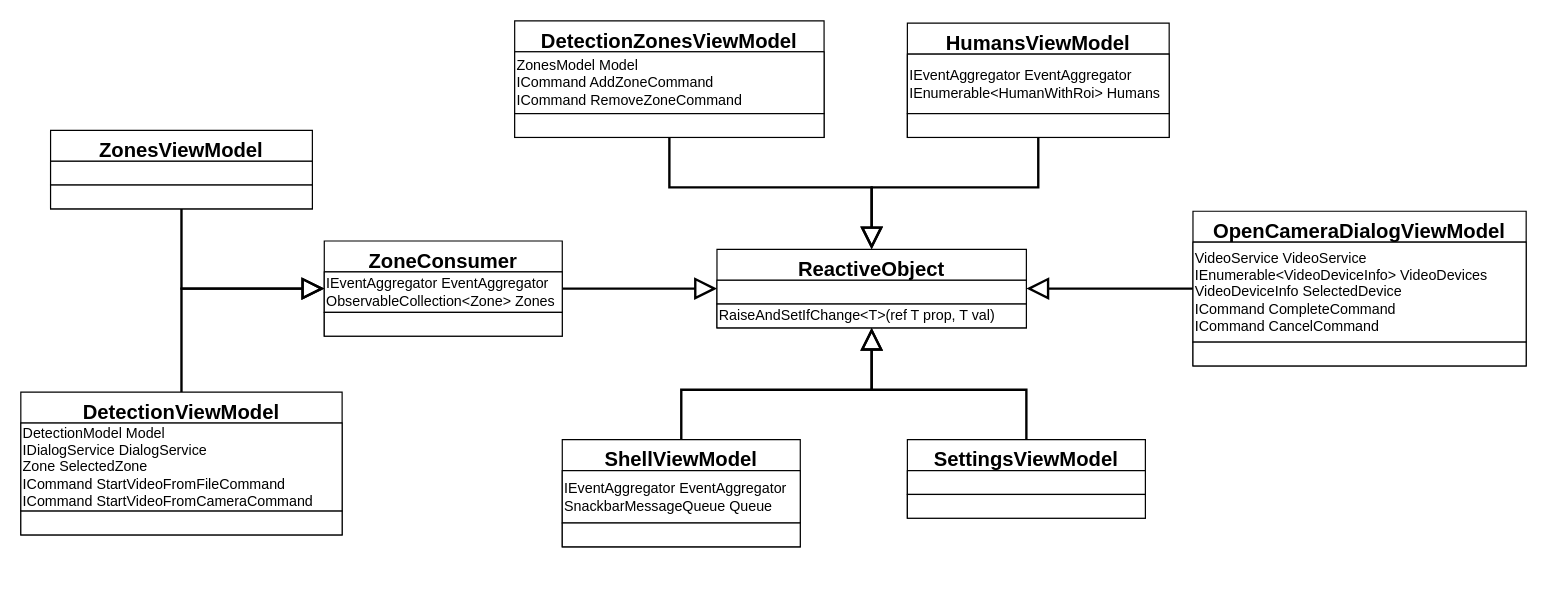
Before: page "ViewModels" (2 of 11) of Engineering/Packets-detailed.drawio in GoldGreen/Skeletonization, a draw.io diagram. Source tidied: cells renumbered, new cells numbered last; positions are measured from the earlier drawing's top-left corner, leaving out a move shared by most shapes. Both pictures are drawn from the tidied source at 119%, with x=0, y=0 at pixel (20, 20).
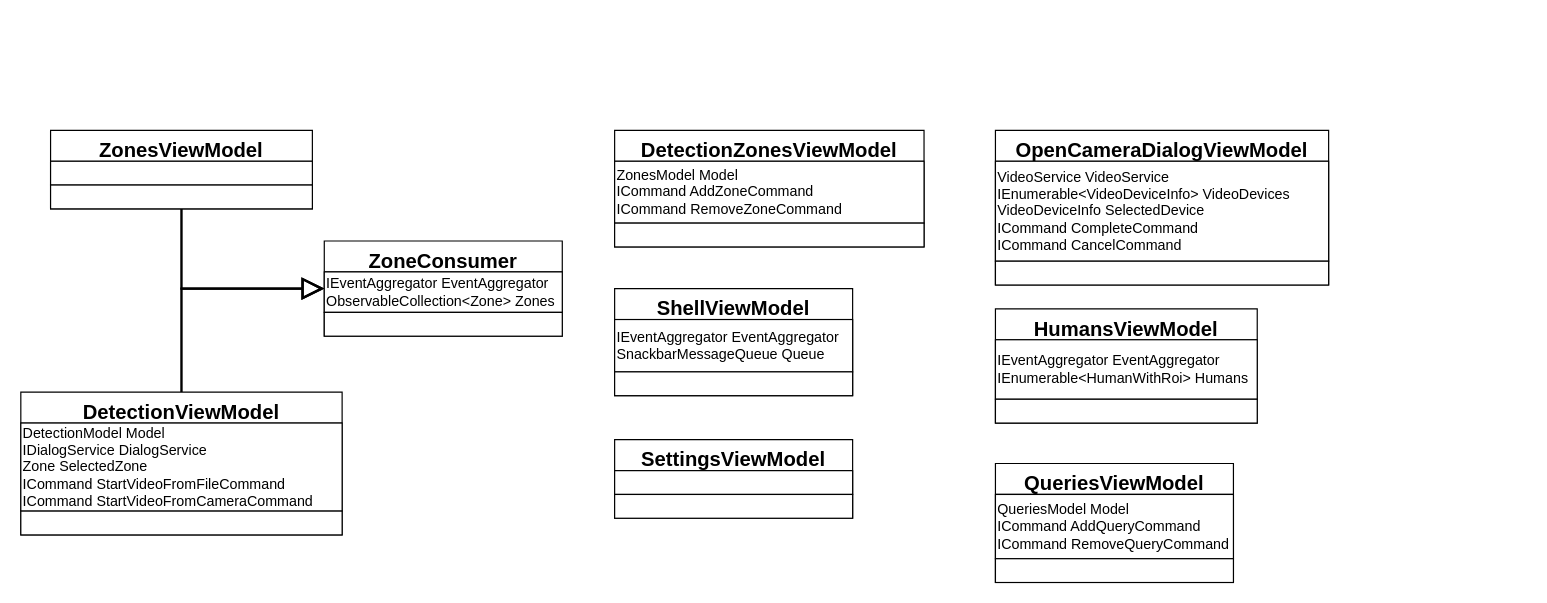
Above is the later version.

The change refers to these unchanged cells:
```xml
<mxCell id="8" value="ZoneConsumer" style="swimlane;fontStyle=1;align=center;verticalAlign=top;horizontal=1;startSize=26;fontSize=17;" parent="1" vertex="1">
  <mxGeometry x="255" y="185" width="200" height="80" as="geometry" />
</mxCell>
```

Change to the diagram source:
```diff
@@
-    <mxCell id="2" style="edgeStyle=orthogonalEdgeStyle;rounded=0;jettySize=auto;html=1;exitX=0.5;exitY=0;exitDx=0;exitDy=0;entryX=0.5;entryY=1;entryDx=0;entryDy=0;fontSize=17;endArrow=block;endFill=0;startSize=6;endSize=14;strokeWidth=2;" parent="1" edge="1" source="4" target="11">
-      <mxGeometry relative="1" as="geometry" />
-    </mxCell>
-    <mxCell id="3" value=" " style="edgeLabel;html=1;align=center;verticalAlign=middle;fontSize=17;" parent="2" vertex="1">
-      <mxGeometry x="-0.51" y="1" relative="1" as="geometry" />
-    </mxCell>
     <mxCell id="4" value="ShellViewModel" style="swimlane;fontStyle=1;align=center;verticalAlign=top;horizontal=1;startSize=26;fontSize=17;" parent="1" vertex="1">
-      <mxGeometry x="455" y="352" width="200" height="90" as="geometry" />
+      <mxGeometry x="499" y="225" width="200" height="90" as="geometry" />
     </mxCell>
@@
-    <mxCell id="7" value=" " style="edgeStyle=orthogonalEdgeStyle;rounded=0;jettySize=auto;html=1;exitX=1;exitY=0.5;exitDx=0;exitDy=0;entryX=0;entryY=0.5;entryDx=0;entryDy=0;fontSize=17;endArrow=block;endFill=0;startSize=6;endSize=14;strokeWidth=2;" parent="1" edge="1" source="8" target="11">
-      <mxGeometry relative="1" as="geometry" />
-    </mxCell>
@@
-    <mxCell id="11" value="ReactiveObject" style="swimlane;fontStyle=1;align=center;verticalAlign=top;horizontal=1;startSize=26;fontSize=17;" parent="1" vertex="1">
-      <mxGeometry x="585" y="192" width="260" height="66" as="geometry" />
-    </mxCell>
-    <mxCell id="12" style="rounded=0;whiteSpace=wrap;html=1;fontFamily=Helvetica;fontSize=12;fontColor=default;startSize=26;strokeColor=default;fillColor=default;align=left;" parent="11" vertex="1">
-      <mxGeometry y="26" width="260" height="20" as="geometry" />
-    </mxCell>
-    <mxCell id="13" value="&lt;span&gt;RaiseAndSetIfChange&amp;lt;T&amp;gt;(ref T prop, T val)&lt;/span&gt;" style="rounded=0;whiteSpace=wrap;html=1;fontFamily=Helvetica;fontSize=12;fontColor=default;startSize=26;strokeColor=default;fillColor=default;align=left;" parent="11" vertex="1">
-      <mxGeometry y="46" width="260" height="20" as="geometry" />
-    </mxCell>
-    <mxCell id="14" style="edgeStyle=orthogonalEdgeStyle;rounded=0;jettySize=auto;html=1;exitX=0.5;exitY=1;exitDx=0;exitDy=0;entryX=0.5;entryY=0;entryDx=0;entryDy=0;fontSize=17;endArrow=block;endFill=0;startSize=6;endSize=14;strokeWidth=2;" parent="1" edge="1" source="16" target="11">
-      <mxGeometry relative="1" as="geometry" />
-    </mxCell>
-    <mxCell id="15" value=" " style="edgeLabel;html=1;align=center;verticalAlign=middle;fontSize=17;" parent="14" vertex="1">
-      <mxGeometry x="-0.52" y="3" relative="1" as="geometry" />
-    </mxCell>
     <mxCell id="16" value="DetectionZonesViewModel" style="swimlane;fontStyle=1;align=center;verticalAlign=top;horizontal=1;startSize=26;fontSize=17;" parent="1" vertex="1">
-      <mxGeometry x="415" width="260" height="98" as="geometry" />
+      <mxGeometry x="499" y="92" width="260" height="98" as="geometry" />
     </mxCell>
@@
-    <mxCell id="19" value=" " style="edgeStyle=orthogonalEdgeStyle;rounded=0;jettySize=auto;html=1;exitX=0;exitY=0.5;exitDx=0;exitDy=0;entryX=1;entryY=0.5;entryDx=0;entryDy=0;fontSize=17;endArrow=block;endFill=0;startSize=6;endSize=14;strokeWidth=2;" parent="1" edge="1" source="20" target="11">
-      <mxGeometry relative="1" as="geometry" />
-    </mxCell>
     <mxCell id="20" value="OpenCameraDialogViewModel" style="swimlane;fontStyle=1;align=center;verticalAlign=top;horizontal=1;startSize=26;fontSize=17;" parent="1" vertex="1">
-      <mxGeometry x="985" y="160" width="280" height="130" as="geometry" />
+      <mxGeometry x="819" y="92" width="280" height="130" as="geometry" />
     </mxCell>
@@
-    <mxCell id="33" style="edgeStyle=orthogonalEdgeStyle;rounded=0;jettySize=auto;html=1;exitX=0.5;exitY=1;exitDx=0;exitDy=0;entryX=0.5;entryY=0;entryDx=0;entryDy=0;fontSize=17;endArrow=block;endFill=0;startSize=6;endSize=14;strokeWidth=2;" parent="1" edge="1" source="35" target="11">
-      <mxGeometry relative="1" as="geometry" />
-    </mxCell>
-    <mxCell id="34" value=" " style="edgeLabel;html=1;align=center;verticalAlign=middle;fontSize=17;" parent="33" vertex="1">
-      <mxGeometry x="-0.39" relative="1" as="geometry" />
-    </mxCell>
     <mxCell id="35" value="HumansViewModel" style="swimlane;fontStyle=1;align=center;verticalAlign=top;horizontal=1;startSize=26;fontSize=17;" parent="1" vertex="1">
-      <mxGeometry x="745" y="2" width="220" height="96" as="geometry" />
+      <mxGeometry x="819" y="242" width="220" height="96" as="geometry" />
     </mxCell>
@@
-    <mxCell id="38" style="edgeStyle=orthogonalEdgeStyle;rounded=0;jettySize=auto;html=1;exitX=0.5;exitY=0;exitDx=0;exitDy=0;entryX=0.5;entryY=1;entryDx=0;entryDy=0;fontSize=17;endArrow=block;endFill=0;startSize=6;endSize=14;strokeWidth=2;" parent="1" edge="1" source="40" target="11">
-      <mxGeometry relative="1" as="geometry" />
-    </mxCell>
-    <mxCell id="39" value=" " style="edgeLabel;html=1;align=center;verticalAlign=middle;fontSize=17;" parent="38" vertex="1">
-      <mxGeometry x="-0.39" y="1" relative="1" as="geometry" />
-    </mxCell>
     <mxCell id="40" value="SettingsViewModel" style="swimlane;fontStyle=1;align=center;verticalAlign=top;horizontal=1;startSize=26;fontSize=17;" parent="1" vertex="1">
-      <mxGeometry x="745" y="352" width="200" height="66" as="geometry" />
+      <mxGeometry x="499" y="352" width="200" height="66" as="geometry" />
     </mxCell>
@@
+    <mxCell id="43" value="QueriesViewModel" style="swimlane;fontStyle=1;align=center;verticalAlign=top;horizontal=1;startSize=26;fontSize=17;" parent="1" vertex="1">
+      <mxGeometry x="819" y="372" width="200" height="100" as="geometry" />
+    </mxCell>
+    <mxCell id="44" value="&lt;span&gt;QueriesModel Model&lt;/span&gt;&lt;br&gt;&lt;span&gt;ICommand AddQueryCommand&lt;/span&gt;&lt;br&gt;&lt;span&gt;ICommand RemoveQueryCommand&lt;/span&gt;" style="rounded=0;whiteSpace=wrap;html=1;fontFamily=Helvetica;fontSize=12;fontColor=default;startSize=26;strokeColor=default;fillColor=default;align=left;" parent="43" vertex="1">
+      <mxGeometry y="26" width="200" height="54" as="geometry" />
+    </mxCell>
+    <mxCell id="45" style="rounded=0;whiteSpace=wrap;html=1;fontFamily=Helvetica;fontSize=12;fontColor=default;startSize=26;strokeColor=default;fillColor=default;align=left;" parent="43" vertex="1">
+      <mxGeometry y="80" width="200" height="20" as="geometry" />
+    </mxCell>
```
